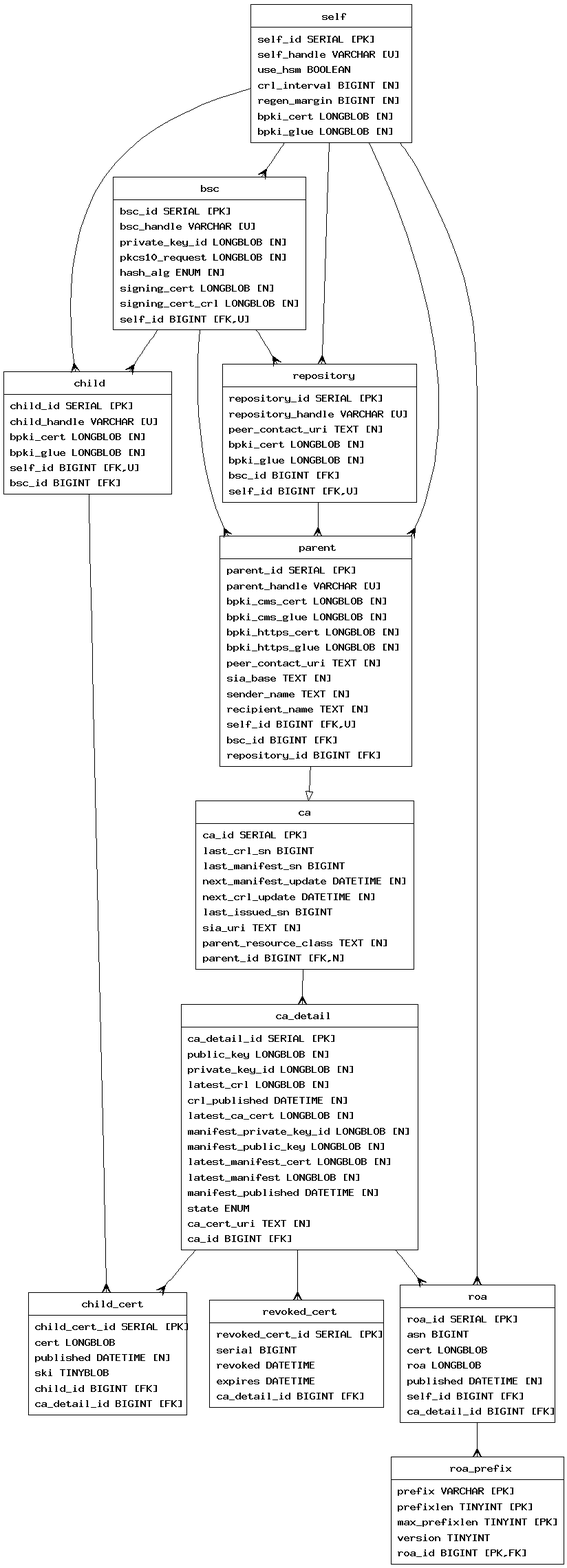
Before: rpkid.without_tls/doc/rpkid.png, a diagram exported from Graphviz (dragonresearch/rpki.net). Its source is kept beside it as rpkid.without_tls/doc/rpkid.dot. Its diagram source:
```dot

digraph test {
	edge [arrowtail=none, arrowhead=crow];
	graph [ratio=fill, overlap=false];
	node [label="\N", fillcolor=white, shape=record, style=filled];
	node1 [label="{self\n|self_id\ SERIAL\ [PK]\lself_handle\ VARCHAR\ [U]\luse_hsm\ BOOLEAN\lcrl_interval\ BIGINT\ [N]\lregen_margin\ BIGINT\ [N]\lbpki_cert\ LONGBLOB\ [N]\lbpki_glue\ LONGBLOB\ [N]\l}"];
	node2 [label="{bsc\n|bsc_id\ SERIAL\ [PK]\lbsc_handle\ VARCHAR\ [U]\lprivate_key_id\ LONGBLOB\ [N]\lpkcs10_request\ LONGBLOB\ [N]\lhash_alg\ ENUM\ [N]\lsigning_cert\ LONGBLOB\ [N]\lsigning_cert_crl\ LONGBLOB\ [N]\lself_id\ BIGINT\ [FK,U]\l}"];
	node3 [label="{repository\n|repository_id\ SERIAL\ [PK]\lrepository_handle\ VARCHAR\ [U]\lpeer_contact_uri\ TEXT\ [N]\lbpki_cert\ LONGBLOB\ [N]\lbpki_glue\ LONGBLOB\ [N]\lbsc_id\ BIGINT\ [FK]\lself_id\ BIGINT\ [FK,U]\l}"];
	node4 [label="{parent\n|parent_id\ SERIAL\ [PK]\lparent_handle\ VARCHAR\ [U]\lbpki_cms_cert\ LONGBLOB\ [N]\lbpki_cms_glue\ LONGBLOB\ [N]\lbpki_https_cert\ LONGBLOB\ [N]\lbpki_https_glue\ LONGBLOB\ [N]\lpeer_contact_uri\ TEXT\ [N]\lsia_base\ TEXT\ [N]\lsender_name\ TEXT\ [N]\lrecipient_name\ TEXT\ [N]\lself_id\ BIGINT\ [FK,U]\lbsc_id\ BIGINT\ [FK]\lrepository_id\ BIGINT\ [FK]\l}"];
	node5 [label="{ca\n|ca_id\ SERIAL\ [PK]\llast_crl_sn\ BIGINT\llast_manifest_sn\ BIGINT\lnext_manifest_update\ DATETIME\ [N]\lnext_crl_update\ DATETIME\ [N]\llast_issued_sn\ BIGINT\lsia_uri\ TEXT\ [N]\lparent_resource_class\ TEXT\ [N]\lparent_id\ BIGINT\ [FK,N]\l}"];
	node6 [label="{ca_detail\n|ca_detail_id\ SERIAL\ [PK]\lpublic_key\ LONGBLOB\ [N]\lprivate_key_id\ LONGBLOB\ [N]\llatest_crl\ LONGBLOB\ [N]\lcrl_published\ DATETIME\ [N]\llatest_ca_cert\ LONGBLOB\ [N]\lmanifest_private_key_id\ LONGBLOB\ [N]\lmanifest_public_key\ LONGBLOB\ [N]\llatest_manifest_cert\ LONGBLOB\ [N]\llatest_manifest\ LONGBLOB\ [N]\lmanifest_published\ DATETIME\ [N]\lstate\ ENUM\lca_cert_uri\ TEXT\ [N]\lca_id\ BIGINT\ [FK]\l}"];
	node7 [label="{child\n|child_id\ SERIAL\ [PK]\lchild_handle\ VARCHAR\ [U]\lbpki_cert\ LONGBLOB\ [N]\lbpki_glue\ LONGBLOB\ [N]\lself_id\ BIGINT\ [FK,U]\lbsc_id\ BIGINT\ [FK]\l}"];
	node8 [label="{child_cert\n|child_cert_id\ SERIAL\ [PK]\lcert\ LONGBLOB\lpublished\ DATETIME\ [N]\lski\ TINYBLOB\lchild_id\ BIGINT\ [FK]\lca_detail_id\ BIGINT\ [FK]\l}"];
	node9 [label="{revoked_cert\n|revoked_cert_id\ SERIAL\ [PK]\lserial\ BIGINT\lrevoked\ DATETIME\lexpires\ DATETIME\lca_detail_id\ BIGINT\ [FK]\l}"];
	node10 [label="{roa\n|roa_id\ SERIAL\ [PK]\lasn\ BIGINT\lcert\ LONGBLOB\lroa\ LONGBLOB\lpublished\ DATETIME\ [N]\lself_id\ BIGINT\ [FK]\lca_detail_id\ BIGINT\ [FK]\l}"];
	node11 [label="{roa_prefix\n|prefix\ VARCHAR\ [PK]\lprefixlen\ TINYINT\ [PK]\lmax_prefixlen\ TINYINT\ [PK]\lversion\ TINYINT\lroa_id\ BIGINT\ [PK,FK]\l}"];
	node2 -> node7 [arrowtail=none, arrowhead=crow];
	node2 -> node4 [arrowtail=none, arrowhead=crow];
	node2 -> node3 [arrowtail=none, arrowhead=crow];
	node5 -> node6 [arrowtail=none, arrowhead=crow];
	node6 -> node8 [arrowtail=none, arrowhead=crow];
	node6 -> node9 [arrowtail=none, arrowhead=crow];
	node6 -> node10 [arrowtail=none, arrowhead=crow];
	node7 -> node8 [arrowtail=none, arrowhead=crow];
	node4 -> node5 [arrowhead=empty];
	node3 -> node4 [arrowtail=none, arrowhead=crow];
	node10 -> node11 [arrowtail=none, arrowhead=crow];
	node1 -> node2 [arrowtail=none, arrowhead=crow];
	node1 -> node7 [arrowtail=none, arrowhead=crow];
	node1 -> node4 [arrowtail=none, arrowhead=crow];
	node1 -> node3 [arrowtail=none, arrowhead=crow];
	node1 -> node10 [arrowtail=none, arrowhead=crow];
}
```
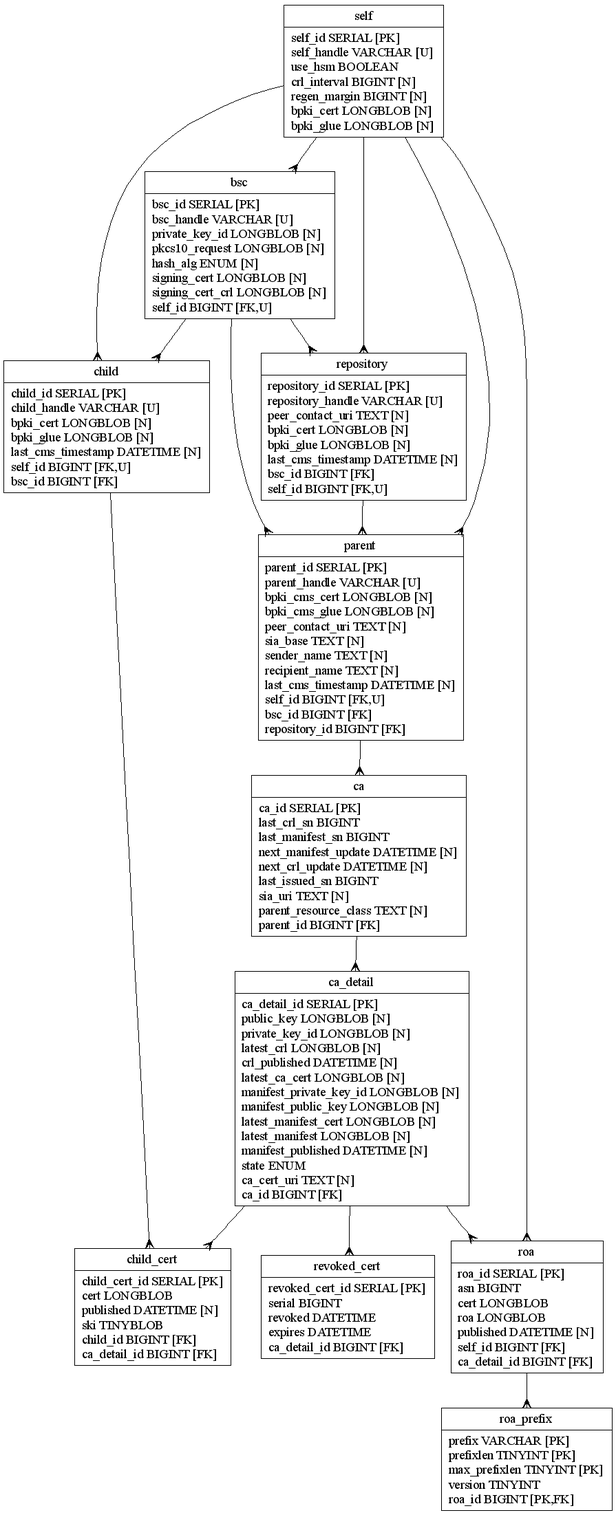
Later version of the same file.

Change to the diagram source:
```diff
@@ -5,11 +5,11 @@
 	node [label="\N", fillcolor=white, shape=record, style=filled];
 	node1 [label="{self\n|self_id\ SERIAL\ [PK]\lself_handle\ VARCHAR\ [U]\luse_hsm\ BOOLEAN\lcrl_interval\ BIGINT\ [N]\lregen_margin\ BIGINT\ [N]\lbpki_cert\ LONGBLOB\ [N]\lbpki_glue\ LONGBLOB\ [N]\l}"];
 	node2 [label="{bsc\n|bsc_id\ SERIAL\ [PK]\lbsc_handle\ VARCHAR\ [U]\lprivate_key_id\ LONGBLOB\ [N]\lpkcs10_request\ LONGBLOB\ [N]\lhash_alg\ ENUM\ [N]\lsigning_cert\ LONGBLOB\ [N]\lsigning_cert_crl\ LONGBLOB\ [N]\lself_id\ BIGINT\ [FK,U]\l}"];
-	node3 [label="{repository\n|repository_id\ SERIAL\ [PK]\lrepository_handle\ VARCHAR\ [U]\lpeer_contact_uri\ TEXT\ [N]\lbpki_cert\ LONGBLOB\ [N]\lbpki_glue\ LONGBLOB\ [N]\lbsc_id\ BIGINT\ [FK]\lself_id\ BIGINT\ [FK,U]\l}"];
-	node4 [label="{parent\n|parent_id\ SERIAL\ [PK]\lparent_handle\ VARCHAR\ [U]\lbpki_cms_cert\ LONGBLOB\ [N]\lbpki_cms_glue\ LONGBLOB\ [N]\lbpki_https_cert\ LONGBLOB\ [N]\lbpki_https_glue\ LONGBLOB\ [N]\lpeer_contact_uri\ TEXT\ [N]\lsia_base\ TEXT\ [N]\lsender_name\ TEXT\ [N]\lrecipient_name\ TEXT\ [N]\lself_id\ BIGINT\ [FK,U]\lbsc_id\ BIGINT\ [FK]\lrepository_id\ BIGINT\ [FK]\l}"];
-	node5 [label="{ca\n|ca_id\ SERIAL\ [PK]\llast_crl_sn\ BIGINT\llast_manifest_sn\ BIGINT\lnext_manifest_update\ DATETIME\ [N]\lnext_crl_update\ DATETIME\ [N]\llast_issued_sn\ BIGINT\lsia_uri\ TEXT\ [N]\lparent_resource_class\ TEXT\ [N]\lparent_id\ BIGINT\ [FK,N]\l}"];
+	node3 [label="{repository\n|repository_id\ SERIAL\ [PK]\lrepository_handle\ VARCHAR\ [U]\lpeer_contact_uri\ TEXT\ [N]\lbpki_cert\ LONGBLOB\ [N]\lbpki_glue\ LONGBLOB\ [N]\llast_cms_timestamp\ DATETIME\ [N]\lbsc_id\ BIGINT\ [FK]\lself_id\ BIGINT\ [FK,U]\l}"];
+	node4 [label="{parent\n|parent_id\ SERIAL\ [PK]\lparent_handle\ VARCHAR\ [U]\lbpki_cms_cert\ LONGBLOB\ [N]\lbpki_cms_glue\ LONGBLOB\ [N]\lpeer_contact_uri\ TEXT\ [N]\lsia_base\ TEXT\ [N]\lsender_name\ TEXT\ [N]\lrecipient_name\ TEXT\ [N]\llast_cms_timestamp\ DATETIME\ [N]\lself_id\ BIGINT\ [FK,U]\lbsc_id\ BIGINT\ [FK]\lrepository_id\ BIGINT\ [FK]\l}"];
+	node5 [label="{ca\n|ca_id\ SERIAL\ [PK]\llast_crl_sn\ BIGINT\llast_manifest_sn\ BIGINT\lnext_manifest_update\ DATETIME\ [N]\lnext_crl_update\ DATETIME\ [N]\llast_issued_sn\ BIGINT\lsia_uri\ TEXT\ [N]\lparent_resource_class\ TEXT\ [N]\lparent_id\ BIGINT\ [FK]\l}"];
 	node6 [label="{ca_detail\n|ca_detail_id\ SERIAL\ [PK]\lpublic_key\ LONGBLOB\ [N]\lprivate_key_id\ LONGBLOB\ [N]\llatest_crl\ LONGBLOB\ [N]\lcrl_published\ DATETIME\ [N]\llatest_ca_cert\ LONGBLOB\ [N]\lmanifest_private_key_id\ LONGBLOB\ [N]\lmanifest_public_key\ LONGBLOB\ [N]\llatest_manifest_cert\ LONGBLOB\ [N]\llatest_manifest\ LONGBLOB\ [N]\lmanifest_published\ DATETIME\ [N]\lstate\ ENUM\lca_cert_uri\ TEXT\ [N]\lca_id\ BIGINT\ [FK]\l}"];
-	node7 [label="{child\n|child_id\ SERIAL\ [PK]\lchild_handle\ VARCHAR\ [U]\lbpki_cert\ LONGBLOB\ [N]\lbpki_glue\ LONGBLOB\ [N]\lself_id\ BIGINT\ [FK,U]\lbsc_id\ BIGINT\ [FK]\l}"];
+	node7 [label="{child\n|child_id\ SERIAL\ [PK]\lchild_handle\ VARCHAR\ [U]\lbpki_cert\ LONGBLOB\ [N]\lbpki_glue\ LONGBLOB\ [N]\llast_cms_timestamp\ DATETIME\ [N]\lself_id\ BIGINT\ [FK,U]\lbsc_id\ BIGINT\ [FK]\l}"];
 	node8 [label="{child_cert\n|child_cert_id\ SERIAL\ [PK]\lcert\ LONGBLOB\lpublished\ DATETIME\ [N]\lski\ TINYBLOB\lchild_id\ BIGINT\ [FK]\lca_detail_id\ BIGINT\ [FK]\l}"];
 	node9 [label="{revoked_cert\n|revoked_cert_id\ SERIAL\ [PK]\lserial\ BIGINT\lrevoked\ DATETIME\lexpires\ DATETIME\lca_detail_id\ BIGINT\ [FK]\l}"];
 	node10 [label="{roa\n|roa_id\ SERIAL\ [PK]\lasn\ BIGINT\lcert\ LONGBLOB\lroa\ LONGBLOB\lpublished\ DATETIME\ [N]\lself_id\ BIGINT\ [FK]\lca_detail_id\ BIGINT\ [FK]\l}"];
@@ -22,7 +22,7 @@
 	node6 -> node9 [arrowtail=none, arrowhead=crow];
 	node6 -> node10 [arrowtail=none, arrowhead=crow];
 	node7 -> node8 [arrowtail=none, arrowhead=crow];
-	node4 -> node5 [arrowhead=empty];
+	node4 -> node5 [arrowtail=none, arrowhead=crow];
 	node3 -> node4 [arrowtail=none, arrowhead=crow];
 	node10 -> node11 [arrowtail=none, arrowhead=crow];
 	node1 -> node2 [arrowtail=none, arrowhead=crow];
```
